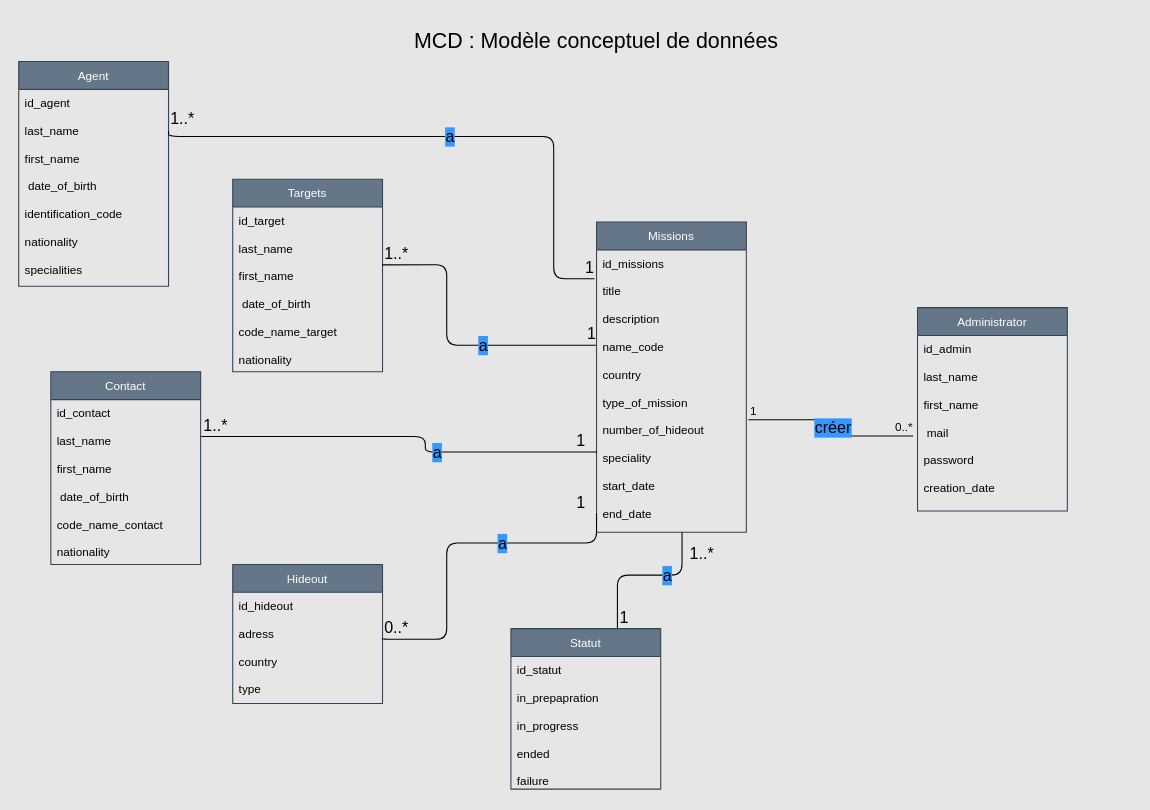
This is Diagrammes/mcd.drawio from Neeruam244/kgb, a draw.io file, before an edit. Source tidied: cells renumbered, new cells numbered last; positions are measured from the earlier drawing's top-left corner, leaving out a move shared by most shapes. Both pictures are drawn from the tidied source at 107%, with x=0, y=0 at pixel (18, 18).
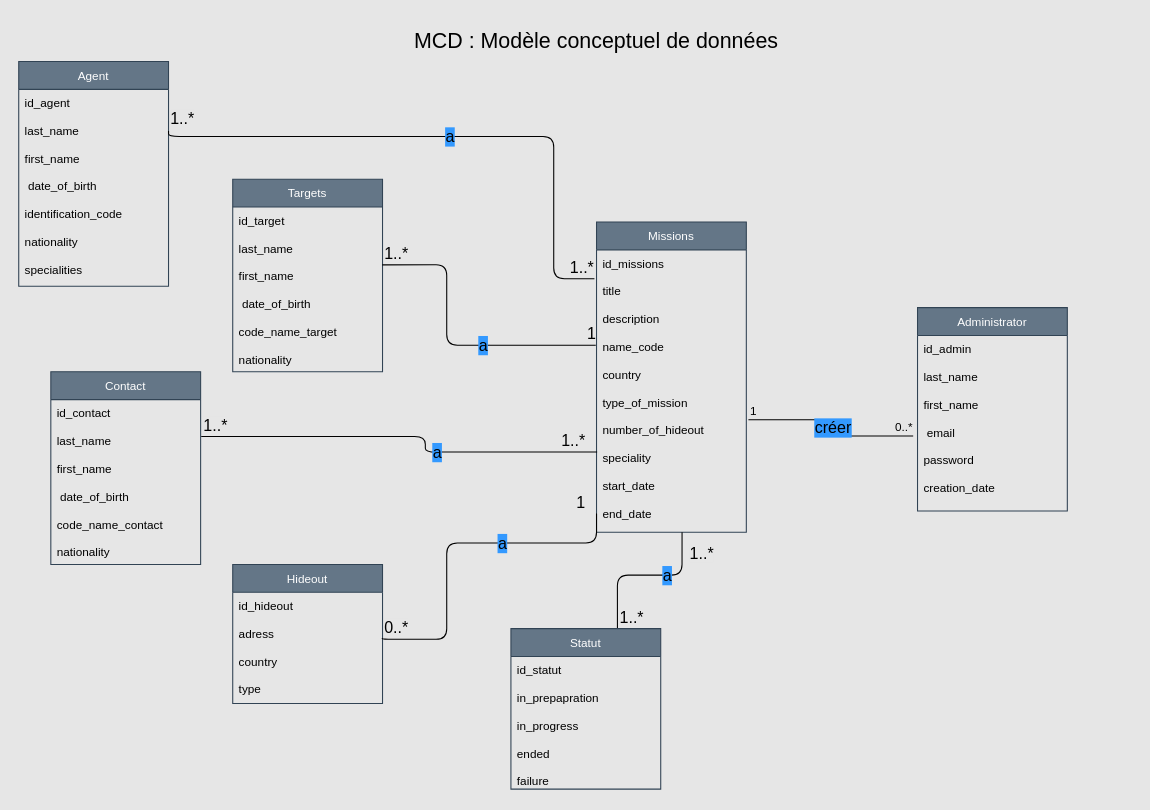
After the change.

Unchanged cells that the change refers to:
```xml
<mxCell id="23" value="Administrator" style="swimlane;fontStyle=0;horizontal=1;startSize=26;fillColor=#647687;fontSize=11;fontColor=#ffffff;strokeColor=#314354;" parent="1" vertex="1">
  <mxGeometry x="840" y="270" width="140" height="190" as="geometry" />
</mxCell>
<mxCell id="31" value="a" style="endArrow=none;html=1;edgeStyle=orthogonalEdgeStyle;labelBackgroundColor=#3399FF;strokeColor=#000000;fontSize=15;fontColor=#000000;entryX=-0.014;entryY=1.038;entryDx=0;entryDy=0;entryPerimeter=0;exitX=1;exitY=0.5;exitDx=0;exitDy=0;" parent="1" edge="1" source="5" target="20">
  <mxGeometry relative="1" as="geometry">
    <Array as="points">
      <mxPoint x="140" y="110" />
      <mxPoint x="500" y="110" />
      <mxPoint x="500" y="243" />
    </Array>
  </mxGeometry>
</mxCell>
<mxCell id="37" value="a" style="endArrow=none;html=1;edgeStyle=orthogonalEdgeStyle;labelBackgroundColor=#3399FF;strokeColor=#000000;fontSize=15;fontColor=#000000;exitX=1.004;exitY=0.327;exitDx=0;exitDy=0;entryX=0.004;entryY=0.646;entryDx=0;entryDy=0;entryPerimeter=0;exitPerimeter=0;" parent="1" edge="1" source="13" target="22">
  <mxGeometry x="0.22" relative="1" as="geometry">
    <Array as="points">
      <mxPoint x="380" y="391" />
      <mxPoint x="380" y="405" />
    </Array>
  </mxGeometry>
</mxCell>
<mxCell id="47" value="a" style="endArrow=none;html=1;edgeStyle=orthogonalEdgeStyle;labelBackgroundColor=#3399FF;strokeColor=#000000;fontSize=15;fontColor=#000000;exitX=0.711;exitY=-0.004;exitDx=0;exitDy=0;entryX=0.571;entryY=1;entryDx=0;entryDy=0;entryPerimeter=0;exitPerimeter=0;" parent="1" edge="1" source="43" target="22">
  <mxGeometry x="0.28" relative="1" as="geometry">
    <Array as="points">
      <mxPoint x="560" y="520" />
      <mxPoint x="620" y="520" />
    </Array>
  </mxGeometry>
</mxCell>
```

Diff of the diagram source:
```diff
@@
-    <mxCell id="26" value="first_name&#10;&#10; mail&#10;&#10;password&#10;&#10;creation_date&#10;&#10;" style="text;strokeColor=none;fillColor=none;align=left;verticalAlign=top;spacingLeft=4;spacingRight=4;overflow=hidden;points=[[0,0.5],[1,0.5]];portConstraint=eastwest;fontSize=11;fontColor=#000000;" parent="23" vertex="1">
+    <mxCell id="26" value="first_name&#10;&#10; email&#10;&#10;password&#10;&#10;creation_date&#10;&#10;" style="text;strokeColor=none;fillColor=none;align=left;verticalAlign=top;spacingLeft=4;spacingRight=4;overflow=hidden;points=[[0,0.5],[1,0.5]];portConstraint=eastwest;fontSize=11;fontColor=#000000;" parent="23" vertex="1">
       <mxGeometry y="78" width="140" height="112" as="geometry" />
     </mxCell>
@@
-    <mxCell id="33" value="1" style="edgeLabel;html=1;align=right;verticalAlign=bottom;labelBackgroundColor=#E6E6E6;labelBorderColor=none;fontSize=15;fontColor=#000000;" parent="31" vertex="1">
+    <mxCell id="33" value="1..*" style="edgeLabel;html=1;align=right;verticalAlign=bottom;labelBackgroundColor=#E6E6E6;labelBorderColor=none;fontSize=15;fontColor=#000000;" parent="31" vertex="1">
       <mxGeometry x="1" relative="1" as="geometry" />
     </mxCell>
@@
-    <mxCell id="39" value="1" style="edgeLabel;html=1;align=right;verticalAlign=bottom;labelBackgroundColor=#E6E6E6;labelBorderColor=none;fontSize=15;fontColor=#000000;" parent="37" vertex="1">
+    <mxCell id="39" value="1..*" style="edgeLabel;html=1;align=right;verticalAlign=bottom;labelBackgroundColor=#E6E6E6;labelBorderColor=none;fontSize=15;fontColor=#000000;" parent="37" vertex="1">
       <mxGeometry x="1" relative="1" as="geometry">
         <mxPoint x="-11" as="offset" />
       </mxGeometry>
     </mxCell>
@@
-    <mxCell id="48" value="1" style="edgeLabel;html=1;align=left;verticalAlign=bottom;labelBackgroundColor=#E6E6E6;labelBorderColor=none;fontSize=15;fontColor=#000000;" parent="47" vertex="1">
+    <mxCell id="48" value="1..*" style="edgeLabel;html=1;align=left;verticalAlign=bottom;labelBackgroundColor=#E6E6E6;labelBorderColor=none;fontSize=15;fontColor=#000000;" parent="47" vertex="1">
       <mxGeometry x="-1" relative="1" as="geometry">
         <mxPoint y="1" as="offset" />
       </mxGeometry>
     </mxCell>
```
